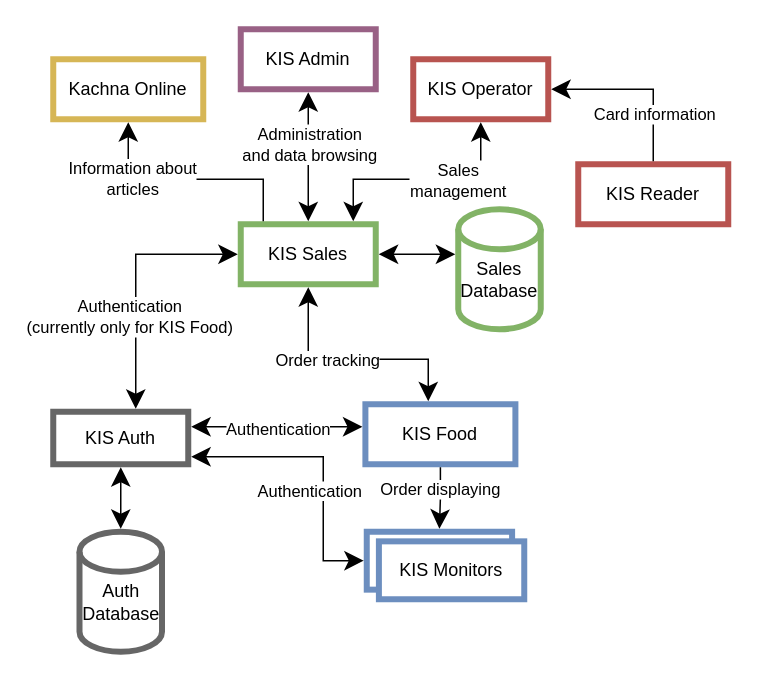
The draw.io diagram doc/thesis/figures/kis_relationships.drawio in MrakDun-desu/kis-v4, before the edit. Source tidied: cells renumbered, new cells numbered last; positions are measured from the earlier drawing's top-left corner, leaving out a move shared by most shapes. Both pictures are drawn from the tidied source at 150%, with x=0, y=0 at pixel (52, 28).
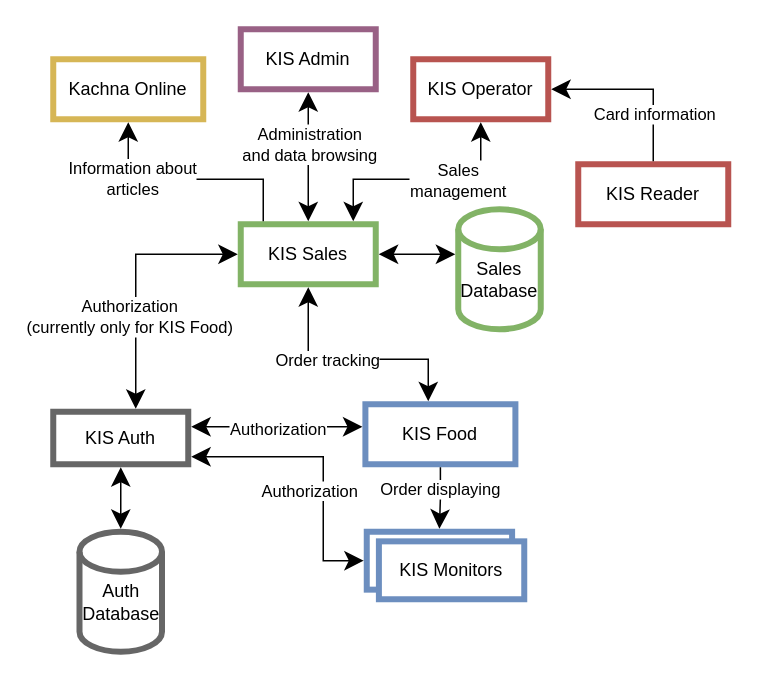
After the change.

Unchanged cells that the change refers to:
```xml
<mxCell id="21" style="edgeStyle=orthogonalEdgeStyle;rounded=0;jettySize=auto;html=1;startSize=10;endSize=10;startArrow=classic;startFill=1;" parent="1" edge="1" source="2" target="6">
  <mxGeometry relative="1" as="geometry">
    <Array as="points">
      <mxPoint x="55" y="150" />
    </Array>
  </mxGeometry>
</mxCell>
<mxCell id="30" style="edgeStyle=orthogonalEdgeStyle;rounded=0;jettySize=auto;html=1;startSize=10;endSize=10;startArrow=classic;startFill=1;" parent="1" edge="1" source="10" target="6">
  <mxGeometry relative="1" as="geometry">
    <Array as="points">
      <mxPoint x="180" y="265" />
      <mxPoint x="180" y="265" />
    </Array>
  </mxGeometry>
</mxCell>
<mxCell id="32" style="edgeStyle=orthogonalEdgeStyle;rounded=0;jettySize=auto;html=1;startSize=10;endSize=10;exitX=0;exitY=0.5;exitDx=0;exitDy=0;startArrow=classic;startFill=1;" parent="1" edge="1" source="8" target="6">
  <mxGeometry relative="1" as="geometry">
    <Array as="points">
      <mxPoint x="180" y="354" />
      <mxPoint x="180" y="285" />
    </Array>
  </mxGeometry>
</mxCell>
```

Change to the diagram source:
```diff
@@
-    <mxCell id="22" value="Authentication&lt;div&gt;(currently only for KIS Food)&lt;/div&gt;" style="edgeLabel;html=1;align=center;verticalAlign=middle;" parent="21" vertex="1">
+    <mxCell id="22" value="Authorization&lt;div&gt;(currently only for KIS Food)&lt;/div&gt;" style="edgeLabel;html=1;align=center;verticalAlign=middle;" parent="21" vertex="1">
       <mxGeometry y="-1" relative="1" as="geometry">
         <mxPoint x="-4" y="23" as="offset" />
       </mxGeometry>
     </mxCell>
@@
-    <mxCell id="31" value="Authentication" style="edgeLabel;html=1;align=center;verticalAlign=middle;" parent="30" vertex="1">
+    <mxCell id="31" value="Authorization" style="edgeLabel;html=1;align=center;verticalAlign=middle;" parent="30" vertex="1">
       <mxGeometry y="1" relative="1" as="geometry" />
     </mxCell>
@@
-    <mxCell id="33" value="Authentication" style="edgeLabel;html=1;align=center;verticalAlign=middle;" parent="32" vertex="1">
+    <mxCell id="33" value="Authorization" style="edgeLabel;html=1;align=center;verticalAlign=middle;" parent="32" vertex="1">
       <mxGeometry x="-0.2" y="10" relative="1" as="geometry" />
     </mxCell>
```
